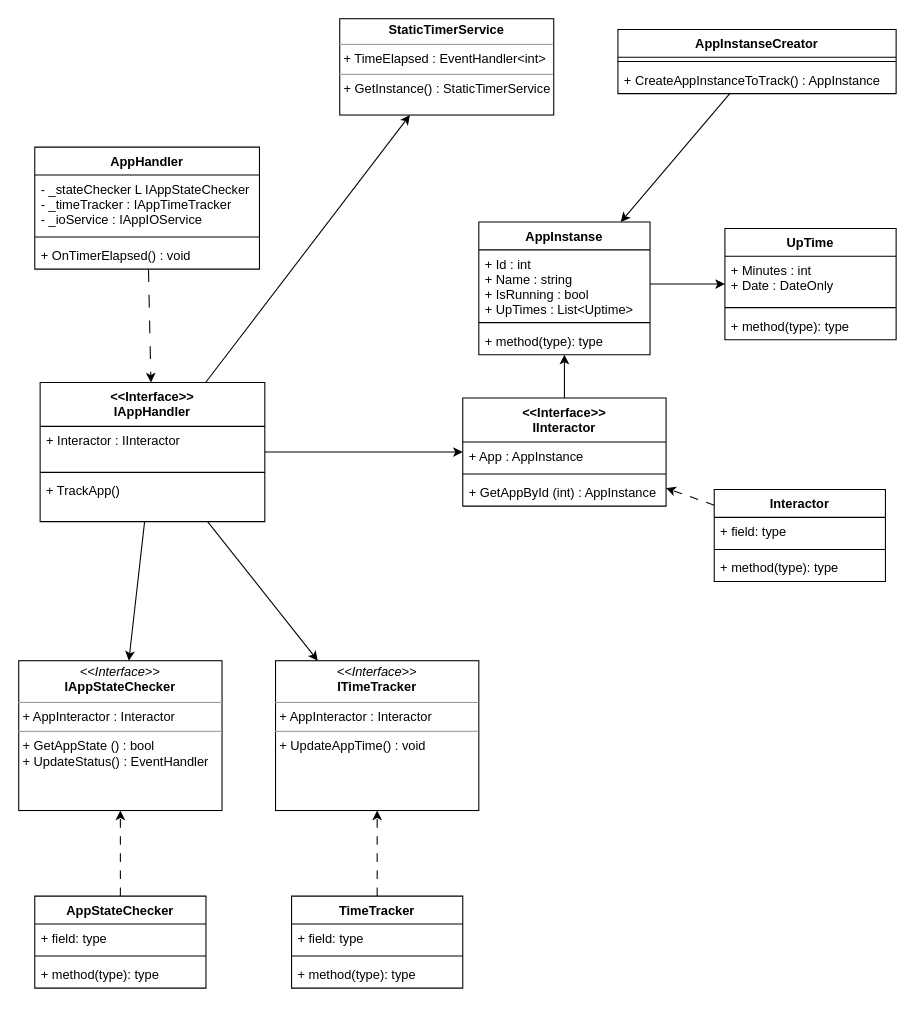
Earlier version of the draw.io diagram page "TrackedAppClasses" (2 of 5) of docs/Diagrams/Diagram1.drawio (villaclara/ata-reborn). Source tidied: cells renumbered, new cells numbered last; positions are measured from the earlier drawing's top-left corner, leaving out a move shared by most shapes. Both pictures are drawn from the tidied source at 107%, with x=0, y=0 at pixel (18, 18).
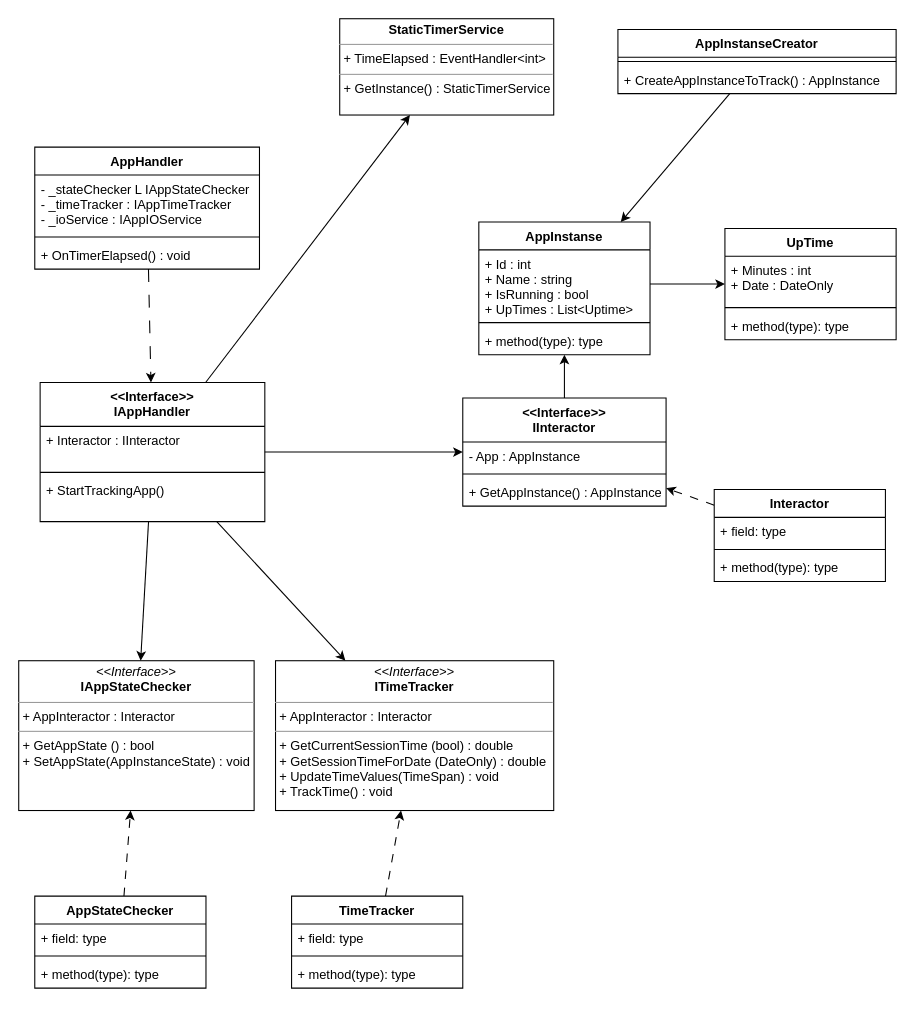
The same diagram, later.

The change refers to these unchanged cells:
```xml
<mxCell id="17" value="&lt;&lt;Interface&gt;&gt;&#10;IInteractor" style="swimlane;fontStyle=1;align=center;verticalAlign=top;horizontal=1;startSize=41;" parent="1" vertex="1">
  <mxGeometry x="415" y="354.5" width="190" height="101" as="geometry" />
</mxCell>
<mxCell id="37" value="&lt;&lt;Interface&gt;&gt;&#10;IAppHandler" style="swimlane;fontStyle=1;align=center;verticalAlign=top;horizontal=1;startSize=41;" parent="1" vertex="1">
  <mxGeometry x="20" y="340" width="210" height="130" as="geometry" />
</mxCell>
```

Diff of the diagram source:
```diff
@@
-    <mxCell id="15" value="&lt;p style=&quot;margin:0px;margin-top:4px;text-align:center;&quot;&gt;&lt;i&gt;&amp;lt;&amp;lt;Interface&amp;gt;&amp;gt;&lt;/i&gt;&lt;br&gt;&lt;b&gt;IAppStateChecker&lt;/b&gt;&lt;/p&gt;&lt;hr size=&quot;1&quot;&gt;&lt;p style=&quot;margin:0px;margin-left:4px;&quot;&gt;+ AppInteractor : Interactor&lt;/p&gt;&lt;hr size=&quot;1&quot;&gt;&lt;p style=&quot;margin:0px;margin-left:4px;&quot;&gt;+ GetAppState () : bool&lt;br&gt;&lt;/p&gt;&lt;p style=&quot;margin:0px;margin-left:4px;&quot;&gt;+ UpdateStatus() : EventHandler&lt;/p&gt;" style="verticalAlign=top;align=left;overflow=fill;fontSize=12;fontFamily=Helvetica;html=1;" parent="1" vertex="1">
-      <mxGeometry y="600" width="190" height="140" as="geometry" />
+    <mxCell id="15" value="&lt;p style=&quot;margin:0px;margin-top:4px;text-align:center;&quot;&gt;&lt;i&gt;&amp;lt;&amp;lt;Interface&amp;gt;&amp;gt;&lt;/i&gt;&lt;br&gt;&lt;b&gt;IAppStateChecker&lt;/b&gt;&lt;/p&gt;&lt;hr size=&quot;1&quot;&gt;&lt;p style=&quot;margin:0px;margin-left:4px;&quot;&gt;+ AppInteractor : Interactor&lt;/p&gt;&lt;hr size=&quot;1&quot;&gt;&lt;p style=&quot;margin:0px;margin-left:4px;&quot;&gt;+ GetAppState () : bool&lt;br&gt;&lt;/p&gt;&lt;p style=&quot;margin:0px;margin-left:4px;&quot;&gt;+ SetAppState(AppInstanceState) : void&lt;/p&gt;" style="verticalAlign=top;align=left;overflow=fill;fontSize=12;fontFamily=Helvetica;html=1;" parent="1" vertex="1">
+      <mxGeometry y="600" width="220" height="140" as="geometry" />
     </mxCell>
@@
-    <mxCell id="18" value="+ App : AppInstance" style="text;strokeColor=none;fillColor=none;align=left;verticalAlign=top;spacingLeft=4;spacingRight=4;overflow=hidden;" parent="17" vertex="1">
+    <mxCell id="18" value="- App : AppInstance" style="text;strokeColor=none;fillColor=none;align=left;verticalAlign=top;spacingLeft=4;spacingRight=4;overflow=hidden;" parent="17" vertex="1">
       <mxGeometry y="41" width="190" height="26" as="geometry" />
     </mxCell>
@@
-    <mxCell id="20" value="+ GetAppById (int) : AppInstance" style="text;strokeColor=none;fillColor=none;align=left;verticalAlign=top;spacingLeft=4;spacingRight=4;overflow=hidden;" parent="17" vertex="1">
+    <mxCell id="20" value="+ GetAppInstance() : AppInstance" style="text;strokeColor=none;fillColor=none;align=left;verticalAlign=top;spacingLeft=4;spacingRight=4;overflow=hidden;" parent="17" vertex="1">
       <mxGeometry y="75" width="190" height="26" as="geometry" />
     </mxCell>
-    <mxCell id="21" value="&lt;p style=&quot;margin:0px;margin-top:4px;text-align:center;&quot;&gt;&lt;i&gt;&amp;lt;&amp;lt;Interface&amp;gt;&amp;gt;&lt;/i&gt;&lt;br&gt;&lt;b&gt;ITimeTracker&lt;/b&gt;&lt;/p&gt;&lt;hr size=&quot;1&quot;&gt;&lt;p style=&quot;margin:0px;margin-left:4px;&quot;&gt;+ AppInteractor : Interactor&lt;/p&gt;&lt;hr size=&quot;1&quot;&gt;&lt;p style=&quot;margin:0px;margin-left:4px;&quot;&gt;+ UpdateAppTime() : void&lt;br&gt;&lt;/p&gt;" style="verticalAlign=top;align=left;overflow=fill;fontSize=12;fontFamily=Helvetica;html=1;" parent="1" vertex="1">
-      <mxGeometry x="240" y="600" width="190" height="140" as="geometry" />
+    <mxCell id="21" value="&lt;p style=&quot;margin:0px;margin-top:4px;text-align:center;&quot;&gt;&lt;i&gt;&amp;lt;&amp;lt;Interface&amp;gt;&amp;gt;&lt;/i&gt;&lt;br&gt;&lt;b&gt;ITimeTracker&lt;/b&gt;&lt;/p&gt;&lt;hr size=&quot;1&quot;&gt;&lt;p style=&quot;margin:0px;margin-left:4px;&quot;&gt;+ AppInteractor : Interactor&lt;/p&gt;&lt;hr size=&quot;1&quot;&gt;&lt;p style=&quot;margin:0px;margin-left:4px;&quot;&gt;+ GetCurrentSessionTime (bool) : double&lt;br&gt;&lt;/p&gt;&lt;p style=&quot;margin:0px;margin-left:4px;&quot;&gt;+ GetSessionTimeForDate (DateOnly) : double&lt;/p&gt;&lt;p style=&quot;margin:0px;margin-left:4px;&quot;&gt;+ UpdateTimeValues(TimeSpan) : void&lt;/p&gt;&lt;p style=&quot;margin:0px;margin-left:4px;&quot;&gt;+ TrackTime() : void&lt;/p&gt;" style="verticalAlign=top;align=left;overflow=fill;fontSize=12;fontFamily=Helvetica;html=1;" parent="1" vertex="1">
+      <mxGeometry x="240" y="600" width="260" height="140" as="geometry" />
     </mxCell>
@@
-    <mxCell id="40" value="+ TrackApp()" style="text;strokeColor=none;fillColor=none;align=left;verticalAlign=top;spacingLeft=4;spacingRight=4;overflow=hidden;" parent="37" vertex="1">
+    <mxCell id="40" value="+ StartTrackingApp()" style="text;strokeColor=none;fillColor=none;align=left;verticalAlign=top;spacingLeft=4;spacingRight=4;overflow=hidden;" parent="37" vertex="1">
       <mxGeometry y="88" width="210" height="42" as="geometry" />
     </mxCell>
```
